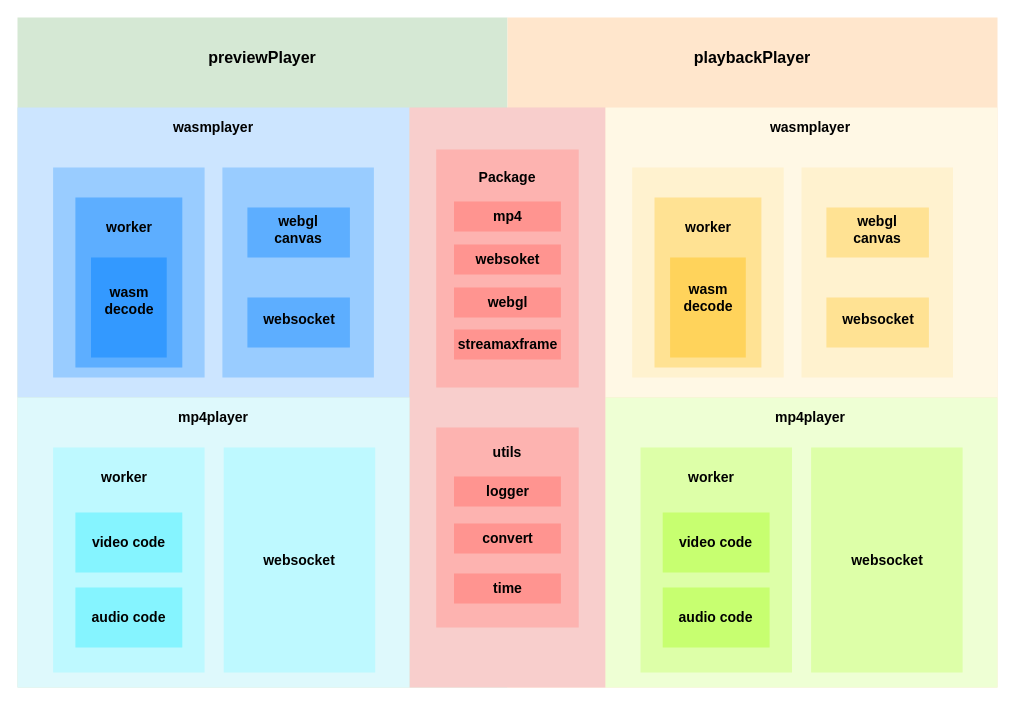
The draw.io diagram Untitled Diagram.drawio in hellangel2017/hello-world, before the edit. Source tidied: cells renumbered, new cells numbered last; positions are measured from the earlier drawing's top-left corner, leaving out a move shared by most shapes. Both pictures are drawn from the tidied source at 100%, with x=0, y=0 at pixel (17, 17).
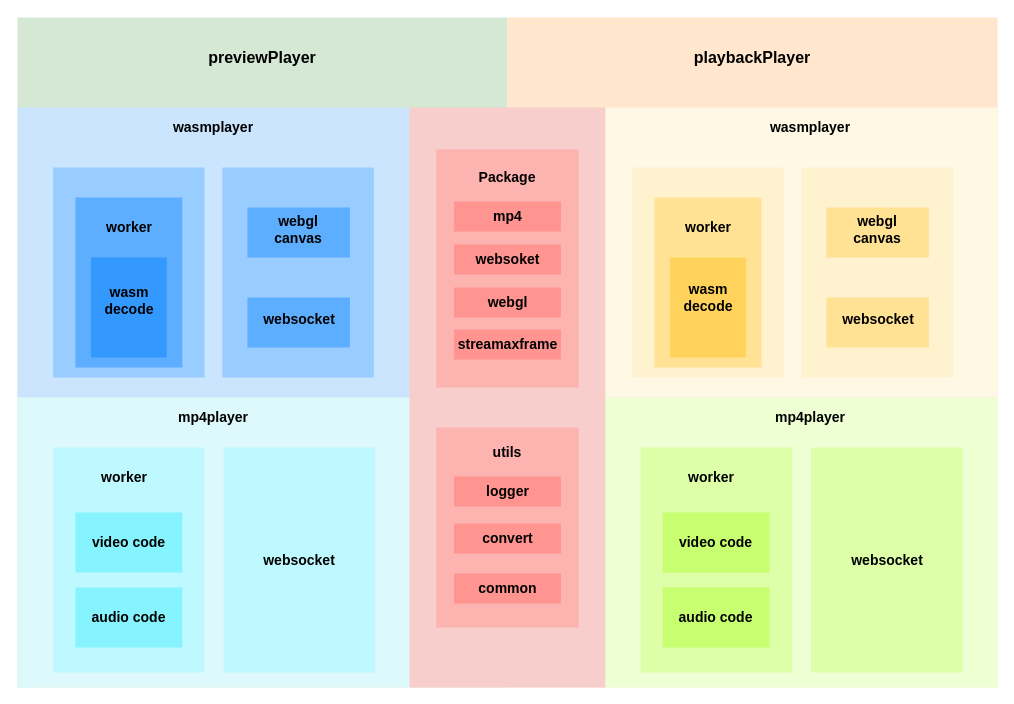
The same page after the edit.

Unchanged cells that the change refers to:
```xml
<mxCell id="2" style="group;" parent="1" vertex="1">
  <mxGeometry width="980" height="670" as="geometry" />
</mxCell>
```

The edit, as a diff of the source:
```diff
@@
-    <mxCell id="46" value="&lt;b&gt;&lt;font style=&quot;font-size: 14px&quot;&gt;time&lt;/font&gt;&lt;/b&gt;" style="rounded=0;whiteSpace=wrap;html=1;fillColor=#ff9490;strokeColor=none;" parent="2" vertex="1">
+    <mxCell id="46" value="&lt;b&gt;&lt;font style=&quot;font-size: 14px&quot;&gt;common&lt;/font&gt;&lt;/b&gt;" style="rounded=0;whiteSpace=wrap;html=1;fillColor=#ff9490;strokeColor=none;" parent="2" vertex="1">
       <mxGeometry x="436.5" y="556" width="106.9" height="30" as="geometry" />
     </mxCell>
```
